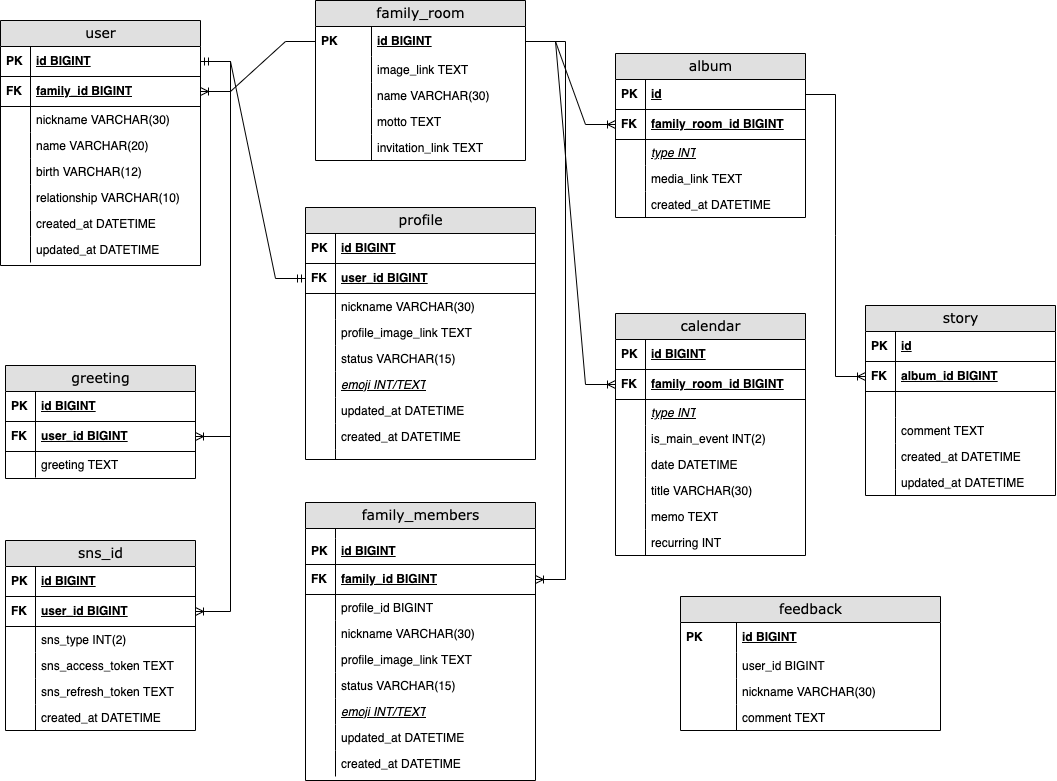
AnneMayor/TestRepository keeps this draw.io diagram as sofa_erd_v2.png. Above is the earlier version. Source tidied: cells renumbered, new cells last; positions are measured from the earlier drawing's top-left corner, leaving out a move shared by most shapes.
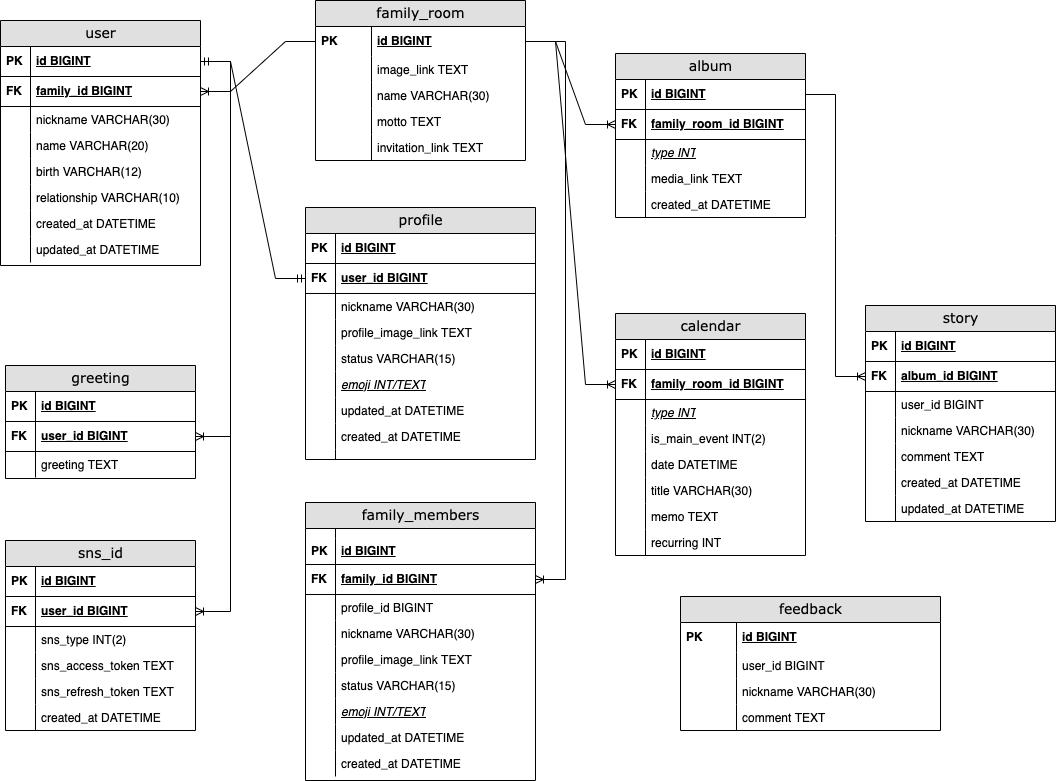
After the change.

Diff of the diagram source:
```diff
@@ -38,7 +38,7 @@
     <mxCell id="13" value="album" style="swimlane;html=1;fontStyle=0;horizontal=1;startSize=26;fillColor=#e0e0e0;swimlaneFillColor=#ffffff;align=center;rounded=0;shadow=0;comic=0;labelBackgroundColor=none;strokeWidth=1;fontFamily=Verdana;fontSize=14;swimlaneLine=1;" parent="1" vertex="1">
       <mxGeometry x="615" y="53" width="190" height="164" as="geometry" />
     </mxCell>
-    <mxCell id="14" value="id" style="shape=partialRectangle;top=0;left=0;right=0;bottom=1;html=1;align=left;verticalAlign=middle;fillColor=none;spacingLeft=34;spacingRight=4;whiteSpace=wrap;overflow=hidden;points=[[0,0.5],[1,0.5]];portConstraint=eastwest;fontStyle=5;" parent="13" vertex="1">
+    <mxCell id="14" value="id BIGINT" style="shape=partialRectangle;top=0;left=0;right=0;bottom=1;html=1;align=left;verticalAlign=middle;fillColor=none;spacingLeft=34;spacingRight=4;whiteSpace=wrap;overflow=hidden;points=[[0,0.5],[1,0.5]];portConstraint=eastwest;fontStyle=5;" parent="13" vertex="1">
       <mxGeometry y="26" width="190" height="30" as="geometry" />
     </mxCell>
     <mxCell id="15" value="&lt;b&gt;PK&lt;/b&gt;" style="shape=partialRectangle;top=0;left=0;bottom=0;html=1;fillColor=none;align=left;verticalAlign=middle;spacingLeft=4;spacingRight=4;whiteSpace=wrap;overflow=hidden;" parent="14" vertex="1">
@@ -333,9 +333,9 @@
       <mxGeometry relative="1" as="geometry" />
     </mxCell>
     <mxCell id="112" value="story" style="swimlane;html=1;fontStyle=0;horizontal=1;startSize=26;fillColor=#e0e0e0;swimlaneFillColor=#ffffff;align=center;rounded=0;shadow=0;comic=0;labelBackgroundColor=none;strokeWidth=1;fontFamily=Verdana;fontSize=14;swimlaneLine=1;" parent="1" vertex="1">
-      <mxGeometry x="865" y="305" width="190" height="190" as="geometry" />
+      <mxGeometry x="865" y="305" width="190" height="216" as="geometry" />
     </mxCell>
-    <mxCell id="113" value="id" style="shape=partialRectangle;top=0;left=0;right=0;bottom=1;html=1;align=left;verticalAlign=middle;fillColor=none;spacingLeft=34;spacingRight=4;whiteSpace=wrap;overflow=hidden;fontStyle=5;" parent="112" vertex="1">
+    <mxCell id="113" value="id BIGINT" style="shape=partialRectangle;top=0;left=0;right=0;bottom=1;html=1;align=left;verticalAlign=middle;fillColor=none;spacingLeft=34;spacingRight=4;whiteSpace=wrap;overflow=hidden;fontStyle=5;" parent="112" vertex="1">
       <mxGeometry y="26" width="190" height="30" as="geometry" />
     </mxCell>
     <mxCell id="114" value="&lt;b&gt;PK&lt;/b&gt;" style="shape=partialRectangle;top=0;left=0;bottom=0;html=1;fillColor=none;align=left;verticalAlign=middle;spacingLeft=4;spacingRight=4;whiteSpace=wrap;overflow=hidden;" parent="113" vertex="1">
@@ -347,26 +347,32 @@
     <mxCell id="116" value="&lt;b&gt;FK&lt;/b&gt;" style="shape=partialRectangle;top=0;left=0;bottom=0;html=1;fillColor=none;align=left;verticalAlign=middle;spacingLeft=4;spacingRight=4;whiteSpace=wrap;overflow=hidden;" parent="115" vertex="1">
       <mxGeometry width="30" height="30" as="geometry" />
     </mxCell>
-    <mxCell id="117" style="shape=partialRectangle;top=0;left=0;right=0;bottom=0;html=1;align=left;verticalAlign=top;fillColor=none;spacingLeft=34;spacingRight=4;whiteSpace=wrap;overflow=hidden;" parent="112" vertex="1">
+    <mxCell id="117" value="user_id BIGINT" style="shape=partialRectangle;top=0;left=0;right=0;bottom=0;html=1;align=left;verticalAlign=top;fillColor=none;spacingLeft=34;spacingRight=4;whiteSpace=wrap;overflow=hidden;" parent="112" vertex="1">
       <mxGeometry y="86" width="190" height="26" as="geometry" />
     </mxCell>
     <mxCell id="118" style="shape=partialRectangle;top=0;left=0;bottom=0;html=1;fillColor=none;align=left;verticalAlign=top;spacingLeft=4;spacingRight=4;whiteSpace=wrap;overflow=hidden;" parent="117" vertex="1">
       <mxGeometry width="30" height="26" as="geometry" />
     </mxCell>
+    <mxCell id="148" value="nickname VARCHAR(30)" style="shape=partialRectangle;top=0;left=0;right=0;bottom=0;html=1;align=left;verticalAlign=top;fillColor=none;spacingLeft=34;spacingRight=4;whiteSpace=wrap;overflow=hidden;" parent="112" vertex="1">
+      <mxGeometry y="112" width="190" height="26" as="geometry" />
+    </mxCell>
+    <mxCell id="149" style="shape=partialRectangle;top=0;left=0;bottom=0;html=1;fillColor=none;align=left;verticalAlign=top;spacingLeft=4;spacingRight=4;whiteSpace=wrap;overflow=hidden;" parent="148" vertex="1">
+      <mxGeometry width="30" height="26" as="geometry" />
+    </mxCell>
     <mxCell id="119" value="comment TEXT" style="shape=partialRectangle;top=0;left=0;right=0;bottom=0;html=1;align=left;verticalAlign=top;fillColor=none;spacingLeft=34;spacingRight=4;whiteSpace=wrap;overflow=hidden;" parent="112" vertex="1">
-      <mxGeometry y="112" width="190" height="26" as="geometry" />
+      <mxGeometry y="138" width="190" height="26" as="geometry" />
     </mxCell>
     <mxCell id="120" style="shape=partialRectangle;top=0;left=0;bottom=0;html=1;fillColor=none;align=left;verticalAlign=top;spacingLeft=4;spacingRight=4;whiteSpace=wrap;overflow=hidden;" parent="119" vertex="1">
       <mxGeometry width="30" height="26" as="geometry" />
     </mxCell>
     <mxCell id="121" value="created_at DATETIME" style="shape=partialRectangle;top=0;left=0;right=0;bottom=0;html=1;align=left;verticalAlign=top;fillColor=none;spacingLeft=34;spacingRight=4;whiteSpace=wrap;overflow=hidden;" parent="112" vertex="1">
-      <mxGeometry y="138" width="190" height="26" as="geometry" />
+      <mxGeometry y="164" width="190" height="26" as="geometry" />
     </mxCell>
     <mxCell id="122" style="shape=partialRectangle;top=0;left=0;bottom=0;html=1;fillColor=none;align=left;verticalAlign=top;spacingLeft=4;spacingRight=4;whiteSpace=wrap;overflow=hidden;" parent="121" vertex="1">
       <mxGeometry width="30" height="26" as="geometry" />
     </mxCell>
     <mxCell id="123" value="updated_at DATETIME" style="shape=partialRectangle;top=0;left=0;right=0;bottom=0;html=1;align=left;verticalAlign=top;fillColor=none;spacingLeft=34;spacingRight=4;whiteSpace=wrap;overflow=hidden;" parent="112" vertex="1">
-      <mxGeometry y="164" width="190" height="26" as="geometry" />
+      <mxGeometry y="190" width="190" height="26" as="geometry" />
     </mxCell>
     <mxCell id="124" style="shape=partialRectangle;top=0;left=0;bottom=0;html=1;fillColor=none;align=left;verticalAlign=top;spacingLeft=4;spacingRight=4;whiteSpace=wrap;overflow=hidden;" parent="123" vertex="1">
       <mxGeometry width="30" height="26" as="geometry" />
```
